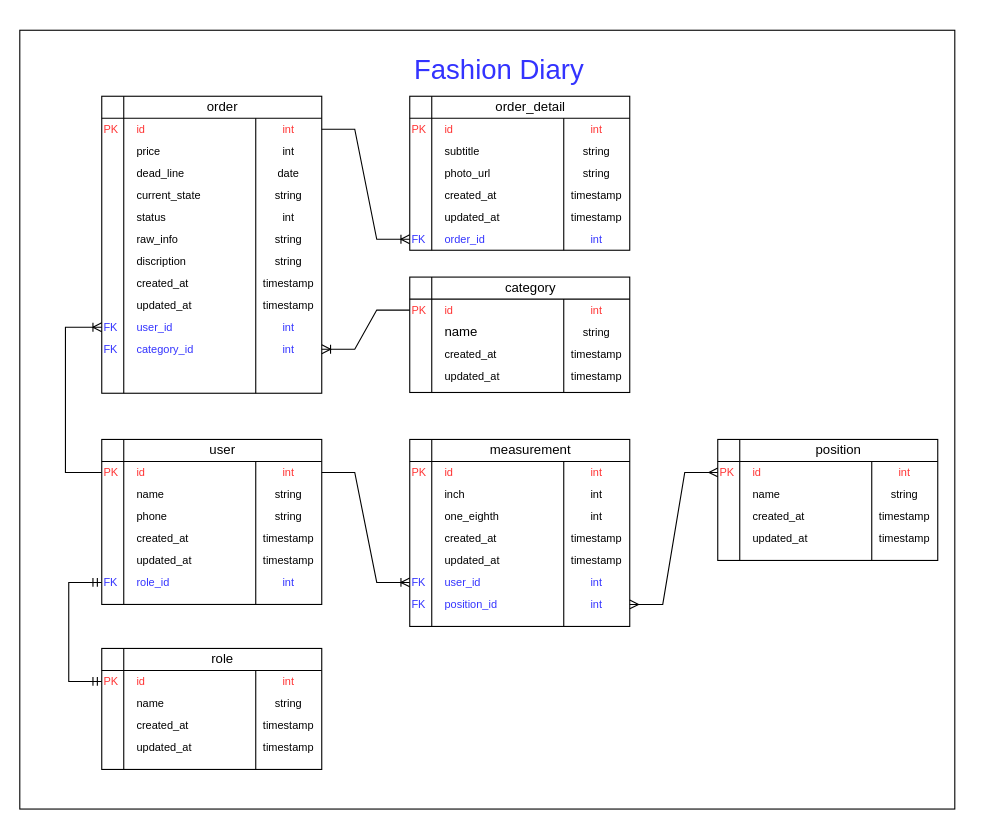
Before: Untitled Diagram.drawio in arkarMannAung/app.diagrams.net, a draw.io diagram. Source tidied: cells renumbered, new cells numbered last; positions are measured from the earlier drawing's top-left corner, leaving out a move shared by most shapes. Both pictures are drawn from the tidied source at 110%, with x=0, y=0 at pixel (19, 30).
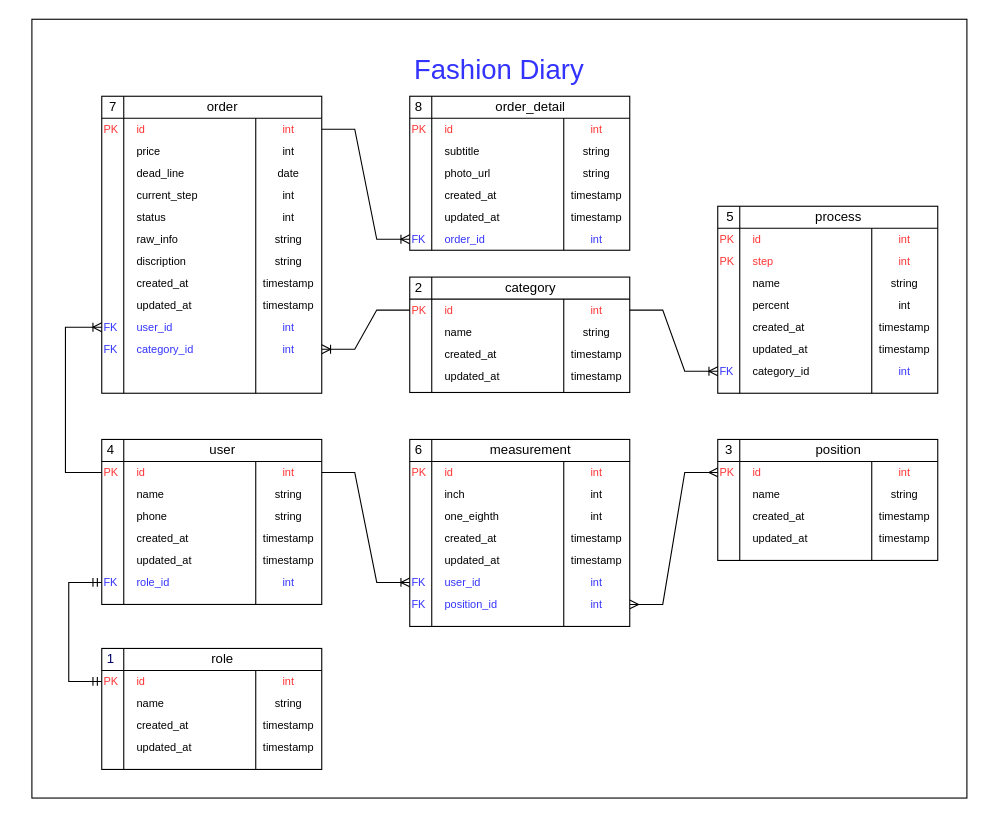
The same page after the edit.

The change refers to these unchanged cells:
```xml
<mxCell id="122" value="&lt;div style=&quot;font-size: 10px&quot; align=&quot;center&quot;&gt;&lt;font style=&quot;font-size: 10px&quot; color=&quot;#FF3333&quot;&gt;int&lt;/font&gt;&lt;/div&gt;" style="text;html=1;align=center;verticalAlign=middle;whiteSpace=wrap;rounded=0;" parent="1" vertex="1">
  <mxGeometry x="495" y="244.4" width="60" height="20" as="geometry" />
</mxCell>
```

Diff of the diagram source:
```diff
@@
     <mxCell id="2" style="rounded=0;whiteSpace=wrap;html=1;fontSize=10;fontColor=#3333FF;" parent="1" vertex="1">
-      <mxGeometry x="0.5" width="850" height="708" as="geometry" />
+      <mxGeometry x="11.5" y="-10" width="850" height="708" as="geometry" />
     </mxCell>
@@
-    <mxCell id="77" value="&lt;font style=&quot;font-size: 10px&quot;&gt;current_state&lt;/font&gt;" style="text;html=1;align=left;verticalAlign=middle;whiteSpace=wrap;rounded=0;" parent="1" vertex="1">
+    <mxCell id="77" value="&lt;font style=&quot;font-size: 10px&quot;&gt;current_step&lt;/font&gt;" style="text;html=1;align=left;verticalAlign=middle;whiteSpace=wrap;rounded=0;" parent="1" vertex="1">
       <mxGeometry x="105" y="140" width="110" height="20" as="geometry" />
     </mxCell>
-    <mxCell id="78" value="&lt;font style=&quot;font-size: 10px&quot;&gt;string&lt;/font&gt;" style="text;html=1;align=center;verticalAlign=middle;whiteSpace=wrap;rounded=0;" parent="1" vertex="1">
+    <mxCell id="78" value="&lt;font style=&quot;font-size: 10px&quot;&gt;int&lt;/font&gt;" style="text;html=1;align=center;verticalAlign=middle;whiteSpace=wrap;rounded=0;" parent="1" vertex="1">
       <mxGeometry x="215" y="140" width="60" height="20" as="geometry" />
     </mxCell>
@@
-    <mxCell id="124" value="name" style="text;html=1;align=left;verticalAlign=middle;whiteSpace=wrap;rounded=0;" parent="1" vertex="1">
+    <mxCell id="124" value="&lt;font style=&quot;font-size: 10px&quot;&gt;name&lt;/font&gt;" style="text;html=1;align=left;verticalAlign=middle;whiteSpace=wrap;rounded=0;" parent="1" vertex="1">
       <mxGeometry x="385" y="264.4" width="110" height="20" as="geometry" />
     </mxCell>
@@
+    <mxCell id="135" style="shape=internalStorage;whiteSpace=wrap;html=1;backgroundOutline=1;" parent="1" vertex="1">
+      <mxGeometry x="635" y="160" width="200" height="170" as="geometry" />
+    </mxCell>
+    <mxCell id="136" value="process" style="text;html=1;strokeColor=none;fillColor=none;align=center;verticalAlign=middle;whiteSpace=wrap;rounded=0;" parent="1" vertex="1">
+      <mxGeometry x="655" y="160" width="180" height="20" as="geometry" />
+    </mxCell>
+    <mxCell id="137" value="&lt;font style=&quot;font-size: 10px&quot; color=&quot;#FF3333&quot;&gt;id&lt;/font&gt;" style="text;html=1;align=left;verticalAlign=middle;whiteSpace=wrap;rounded=0;" parent="1" vertex="1">
+      <mxGeometry x="665" y="180" width="110" height="20" as="geometry" />
+    </mxCell>
+    <mxCell id="138" style="endArrow=none;html=1;rounded=0;entryX=1;entryY=0;entryDx=0;entryDy=0;exitX=0.7;exitY=1;exitDx=0;exitDy=0;exitPerimeter=0;" parent="1" edge="1" source="135" target="137">
+      <mxGeometry relative="1" as="geometry" />
+    </mxCell>
+    <mxCell id="139" value="&lt;div style=&quot;font-size: 10px&quot; align=&quot;center&quot;&gt;&lt;font style=&quot;font-size: 10px&quot; color=&quot;#FF3333&quot;&gt;int&lt;/font&gt;&lt;/div&gt;" style="text;html=1;align=center;verticalAlign=middle;whiteSpace=wrap;rounded=0;" parent="1" vertex="1">
+      <mxGeometry x="775" y="180" width="60" height="20" as="geometry" />
+    </mxCell>
+    <mxCell id="140" value="&lt;font style=&quot;font-size: 10px&quot; color=&quot;#FF3333&quot;&gt;PK&lt;/font&gt;" style="text;html=1;align=left;verticalAlign=middle;whiteSpace=wrap;rounded=0;" parent="1" vertex="1">
+      <mxGeometry x="635" y="180" width="20" height="20" as="geometry" />
+    </mxCell>
+    <mxCell id="141" value="&lt;font style=&quot;font-size: 10px&quot;&gt;name&lt;/font&gt;" style="text;html=1;align=left;verticalAlign=middle;whiteSpace=wrap;rounded=0;" parent="1" vertex="1">
+      <mxGeometry x="665" y="220" width="110" height="20" as="geometry" />
+    </mxCell>
+    <mxCell id="142" value="&lt;font style=&quot;font-size: 10px&quot;&gt;string&lt;/font&gt;" style="text;html=1;align=center;verticalAlign=middle;whiteSpace=wrap;rounded=0;" parent="1" vertex="1">
+      <mxGeometry x="775" y="220" width="60" height="20" as="geometry" />
+    </mxCell>
+    <mxCell id="143" style="edgeStyle=orthogonalEdgeStyle;rounded=0;orthogonalLoop=1;jettySize=auto;html=1;exitX=0.5;exitY=1;exitDx=0;exitDy=0;fontSize=10;fontColor=#000000;" parent="1" edge="1" source="135" target="135">
+      <mxGeometry relative="1" as="geometry" />
+    </mxCell>
+    <mxCell id="144" value="&lt;font style=&quot;font-size: 10px&quot;&gt;created_at&lt;/font&gt;" style="text;html=1;align=left;verticalAlign=middle;whiteSpace=wrap;rounded=0;" parent="1" vertex="1">
+      <mxGeometry x="665" y="260" width="110" height="20" as="geometry" />
+    </mxCell>
+    <mxCell id="145" value="&lt;font style=&quot;font-size: 10px&quot;&gt;timestamp&lt;/font&gt;" style="text;html=1;align=center;verticalAlign=middle;whiteSpace=wrap;rounded=0;" parent="1" vertex="1">
+      <mxGeometry x="775" y="260" width="60" height="20" as="geometry" />
+    </mxCell>
+    <mxCell id="146" value="&lt;font style=&quot;font-size: 10px&quot;&gt;updated_at&lt;/font&gt;" style="text;html=1;align=left;verticalAlign=middle;whiteSpace=wrap;rounded=0;" parent="1" vertex="1">
+      <mxGeometry x="665" y="280" width="110" height="20" as="geometry" />
+    </mxCell>
+    <mxCell id="147" value="&lt;font style=&quot;font-size: 10px&quot;&gt;timestamp&lt;/font&gt;" style="text;html=1;align=center;verticalAlign=middle;whiteSpace=wrap;rounded=0;" parent="1" vertex="1">
+      <mxGeometry x="775" y="280" width="60" height="20" as="geometry" />
+    </mxCell>
+    <mxCell id="148" value="&lt;font style=&quot;font-size: 10px&quot;&gt;category_id&lt;/font&gt;" style="text;html=1;align=left;verticalAlign=middle;whiteSpace=wrap;rounded=0;" parent="1" vertex="1">
+      <mxGeometry x="665" y="300" width="110" height="20" as="geometry" />
+    </mxCell>
+    <mxCell id="149" value="&lt;font style=&quot;font-size: 10px&quot; color=&quot;#3333FF&quot;&gt;int&lt;/font&gt;" style="text;html=1;align=center;verticalAlign=middle;whiteSpace=wrap;rounded=0;" parent="1" vertex="1">
+      <mxGeometry x="775" y="300" width="60" height="20" as="geometry" />
+    </mxCell>
+    <mxCell id="150" value="&lt;font style=&quot;font-size: 10px&quot; color=&quot;#3333FF&quot;&gt;FK&lt;/font&gt;" style="text;html=1;align=left;verticalAlign=middle;whiteSpace=wrap;rounded=0;" parent="1" vertex="1">
+      <mxGeometry x="635" y="300" width="20" height="20" as="geometry" />
+    </mxCell>
+    <mxCell id="151" value="&lt;font style=&quot;font-size: 10px&quot; color=&quot;#FF3333&quot;&gt;step&lt;/font&gt;" style="text;html=1;align=left;verticalAlign=middle;whiteSpace=wrap;rounded=0;" parent="1" vertex="1">
+      <mxGeometry x="665" y="200" width="110" height="20" as="geometry" />
+    </mxCell>
+    <mxCell id="152" value="&lt;font style=&quot;font-size: 10px&quot; color=&quot;#FF3333&quot;&gt;int&lt;/font&gt;" style="text;html=1;align=center;verticalAlign=middle;whiteSpace=wrap;rounded=0;" parent="1" vertex="1">
+      <mxGeometry x="775" y="200" width="60" height="20" as="geometry" />
+    </mxCell>
+    <mxCell id="153" value="&lt;font style=&quot;font-size: 10px&quot;&gt;percent&lt;/font&gt;" style="text;html=1;align=left;verticalAlign=middle;whiteSpace=wrap;rounded=0;" parent="1" vertex="1">
+      <mxGeometry x="665" y="240" width="110" height="20" as="geometry" />
+    </mxCell>
+    <mxCell id="154" value="&lt;font style=&quot;font-size: 10px&quot;&gt;int&lt;/font&gt;" style="text;html=1;align=center;verticalAlign=middle;whiteSpace=wrap;rounded=0;" parent="1" vertex="1">
+      <mxGeometry x="775" y="240" width="60" height="20" as="geometry" />
+    </mxCell>
+    <mxCell id="155" style="edgeStyle=entityRelationEdgeStyle;fontSize=12;html=1;endArrow=ERoneToMany;rounded=0;entryX=0;entryY=0.5;entryDx=0;entryDy=0;exitX=1;exitY=0.5;exitDx=0;exitDy=0;" parent="1" edge="1" source="122" target="150">
+      <mxGeometry relative="1" as="geometry" />
+    </mxCell>
+    <mxCell id="156" value="&lt;font style=&quot;font-size: 10px&quot; color=&quot;#FF3333&quot;&gt;PK&lt;/font&gt;" style="text;html=1;align=left;verticalAlign=middle;whiteSpace=wrap;rounded=0;" parent="1" vertex="1">
+      <mxGeometry x="635" y="200" width="20" height="20" as="geometry" />
+    </mxCell>
+    <mxCell id="157" value="&lt;font color=&quot;#000066&quot;&gt;1&lt;/font&gt;" style="text;html=1;strokeColor=none;fillColor=none;align=center;verticalAlign=middle;whiteSpace=wrap;rounded=0;" parent="1" vertex="1">
+      <mxGeometry x="75" y="562" width="17" height="20" as="geometry" />
+    </mxCell>
+    <mxCell id="158" value="2" style="text;html=1;strokeColor=none;fillColor=none;align=center;verticalAlign=middle;whiteSpace=wrap;rounded=0;" parent="1" vertex="1">
+      <mxGeometry x="355" y="224.4" width="17" height="20" as="geometry" />
+    </mxCell>
+    <mxCell id="159" value="3" style="text;html=1;strokeColor=none;fillColor=none;align=center;verticalAlign=middle;whiteSpace=wrap;rounded=0;" parent="1" vertex="1">
+      <mxGeometry x="636.5" y="372" width="17" height="20" as="geometry" />
+    </mxCell>
+    <mxCell id="160" value="4" style="text;html=1;strokeColor=none;fillColor=none;align=center;verticalAlign=middle;whiteSpace=wrap;rounded=0;" parent="1" vertex="1">
+      <mxGeometry x="75" y="372" width="17" height="20" as="geometry" />
+    </mxCell>
+    <mxCell id="161" value="5" style="text;html=1;strokeColor=none;fillColor=none;align=center;verticalAlign=middle;whiteSpace=wrap;rounded=0;" parent="1" vertex="1">
+      <mxGeometry x="638" y="160" width="17" height="20" as="geometry" />
+    </mxCell>
+    <mxCell id="162" value="6" style="text;html=1;strokeColor=none;fillColor=none;align=center;verticalAlign=middle;whiteSpace=wrap;rounded=0;" parent="1" vertex="1">
+      <mxGeometry x="355" y="372" width="17" height="20" as="geometry" />
+    </mxCell>
+    <mxCell id="163" value="7" style="text;html=1;strokeColor=none;fillColor=none;align=center;verticalAlign=middle;whiteSpace=wrap;rounded=0;" parent="1" vertex="1">
+      <mxGeometry x="76.5" y="60" width="17" height="20" as="geometry" />
+    </mxCell>
+    <mxCell id="164" value="8" style="text;html=1;strokeColor=none;fillColor=none;align=center;verticalAlign=middle;whiteSpace=wrap;rounded=0;" parent="1" vertex="1">
+      <mxGeometry x="355" y="60" width="17" height="20" as="geometry" />
+    </mxCell>
```
